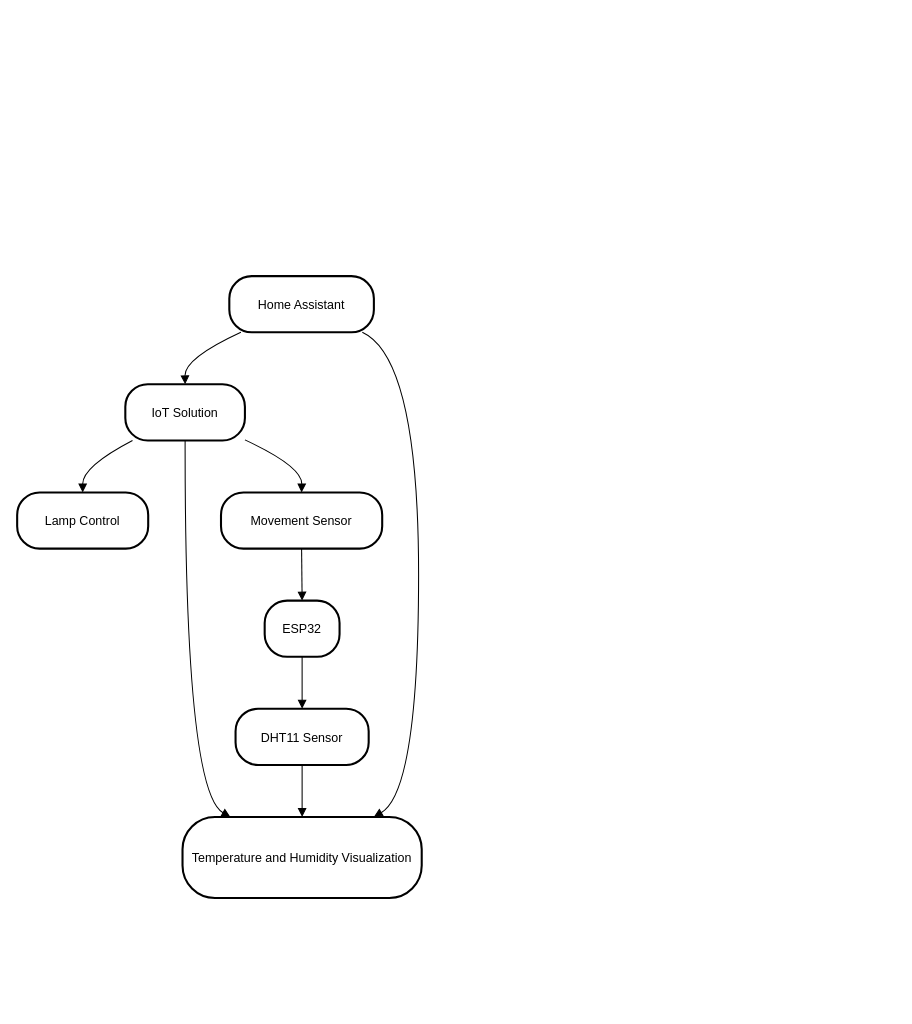
The draw.io diagram Untitled Diagram.drawio in aalexanderfc/Iot-solution-home-assistant, before the edit. Source tidied: cells renumbered, new cells numbered last; positions are measured from the earlier drawing's top-left corner, leaving out a move shared by most shapes. Both pictures are drawn from the tidied source at 104%, with x=0, y=0 at pixel (17, 276). Pictures stored in the file or linked from it are replaced by grey dashed boxes.
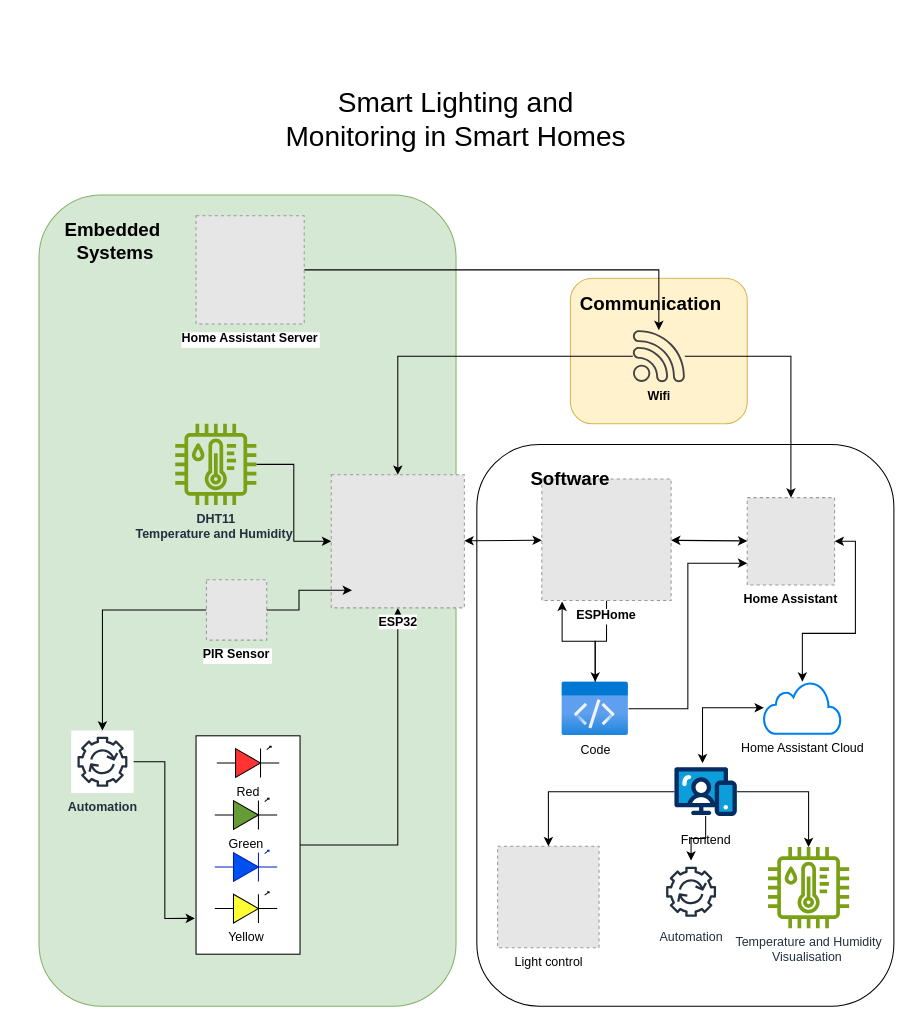
The same page after the edit.

The edit, as a diff of the source:
```diff
@@
+    <mxCell id="17" style="rounded=1;whiteSpace=wrap;html=1;fillColor=#fff2cc;strokeColor=#d6b656;" parent="1" vertex="1">
+      <mxGeometry x="532" y="2" width="170" height="140" as="geometry" />
+    </mxCell>
+    <mxCell id="18" style="rounded=1;whiteSpace=wrap;html=1;" parent="1" vertex="1">
+      <mxGeometry x="442" y="162" width="401" height="540" as="geometry" />
+    </mxCell>
+    <mxCell id="19" style="rounded=1;whiteSpace=wrap;html=1;fillColor=#d5e8d4;strokeColor=#82b366;" parent="1" vertex="1">
+      <mxGeometry x="21" y="-78" width="401" height="780" as="geometry" />
+    </mxCell>
+    <mxCell id="20" style="edgeStyle=orthogonalEdgeStyle;rounded=0;jettySize=auto;html=1;" parent="1" edge="1" source="21" target="7">
+      <mxGeometry relative="1" as="geometry" />
+    </mxCell>
+    <mxCell id="21" style="rounded=0;whiteSpace=wrap;html=1;" parent="1" vertex="1">
+      <mxGeometry x="172" y="442" width="100" height="210" as="geometry" />
+    </mxCell>
+    <mxCell id="22" style="edgeStyle=orthogonalEdgeStyle;rounded=0;jettySize=auto;html=1;" parent="1" edge="1" source="24" target="7">
+      <mxGeometry relative="1" as="geometry" />
+    </mxCell>
+    <mxCell id="23" style="edgeStyle=orthogonalEdgeStyle;rounded=0;jettySize=auto;html=1;" parent="1" edge="1" source="24" target="2">
+      <mxGeometry relative="1" as="geometry" />
+    </mxCell>
+    <mxCell id="24" value="&lt;b&gt;Wifi&lt;/b&gt;" style="sketch=0;shadow=0;dashed=0;html=1;strokeColor=none;fillColor=#434445;labelPosition=center;verticalLabelPosition=bottom;verticalAlign=top;align=center;outlineConnect=0;shape=mxgraph.vvd.wi_fi;" parent="1" vertex="1">
+      <mxGeometry x="592" y="52" width="50" height="50" as="geometry" />
+    </mxCell>
+    <mxCell id="7" value="&lt;b&gt;ESP32&lt;/b&gt;" style="fillColor=#E6E6E6;strokeColor=#999999;dashed=1;html=1;verticalAlign=top;verticalLabelPosition=bottom;labelBackgroundColor=#ffffff;" parent="1" vertex="1">
+      <mxGeometry x="302" y="191" width="128" height="128" as="geometry" />
+    </mxCell>
+    <mxCell id="25" style="edgeStyle=orthogonalEdgeStyle;rounded=0;jettySize=auto;html=1;" parent="1" edge="1" source="26" target="42">
+      <mxGeometry relative="1" as="geometry" />
+    </mxCell>
+    <mxCell id="26" value="ESPHome" style="fillColor=#E6E6E6;strokeColor=#999999;dashed=1;verticalLabelPosition=bottom;labelBackgroundColor=default;verticalAlign=top;fontStyle=1;" parent="1" vertex="1">
+      <mxGeometry x="504.5" y="195" width="124.3" height="117" as="geometry" />
+    </mxCell>
+    <mxCell id="27" style="edgeStyle=orthogonalEdgeStyle;rounded=0;jettySize=auto;html=1;" parent="1" edge="1" source="28" target="24">
+      <mxGeometry relative="1" as="geometry" />
+    </mxCell>
+    <mxCell id="28" value="Home Assistant Server&#10;" style="fillColor=#E6E6E6;strokeColor=#999999;dashed=1;verticalLabelPosition=bottom;labelBackgroundColor=default;verticalAlign=top;fontStyle=1;" parent="1" vertex="1">
+      <mxGeometry x="172" y="-58" width="104" height="104" as="geometry" />
+    </mxCell>
+    <mxCell id="29" value="Light control" style="fillColor=#E6E6E6;strokeColor=#999999;dashed=1;html=1;verticalAlign=top;verticalLabelPosition=bottom;labelBackgroundColor=#ffffff;" parent="1" vertex="1">
+      <mxGeometry x="462" y="548.2" width="97.5" height="97.5" as="geometry" />
+    </mxCell>
+    <mxCell id="30" style="edgeStyle=orthogonalEdgeStyle;rounded=0;jettySize=auto;html=1;" parent="1" edge="1" source="31" target="7">
+      <mxGeometry relative="1" as="geometry" />
+    </mxCell>
+    <mxCell id="31" value="&lt;div&gt;&lt;b&gt;DHT11&lt;/b&gt;&lt;/div&gt;&lt;b&gt;Temperature and Humidity&amp;nbsp;&lt;/b&gt;&lt;div&gt;&lt;br&gt;&lt;/div&gt;" style="sketch=0;outlineConnect=0;fontColor=#232F3E;gradientColor=none;fillColor=#7AA116;strokeColor=none;dashed=0;verticalLabelPosition=bottom;verticalAlign=top;align=center;html=1;fontSize=12;fontStyle=0;shape=mxgraph.aws4.iot_thing_temperature_humidity_sensor;" parent="1" vertex="1">
+      <mxGeometry x="152" y="142" width="78" height="78" as="geometry" />
+    </mxCell>
-    <mxCell id="2" value="Home Assistant" style="rounded=1;arcSize=40;strokeWidth=2;" parent="1" vertex="1">
-      <mxGeometry x="204" width="139" height="54" as="geometry" />
+    <mxCell id="2" value="Home Assistant" style="fillColor=#E6E6E6;strokeColor=#999999;dashed=1;verticalLabelPosition=bottom;labelBackgroundColor=default;verticalAlign=top;fontStyle=1;" parent="1" vertex="1">
+      <mxGeometry x="702" y="213" width="84" height="84" as="geometry" />
     </mxCell>
-    <mxCell id="3" value="IoT Solution" style="rounded=1;arcSize=40;strokeWidth=2;" parent="1" vertex="1">
-      <mxGeometry x="104" y="104" width="115" height="54" as="geometry" />
-    </mxCell>
-    <mxCell id="4" value="Lamp Control" style="rounded=1;arcSize=40;strokeWidth=2;" parent="1" vertex="1">
-      <mxGeometry y="208" width="126" height="54" as="geometry" />
-    </mxCell>
-    <mxCell id="5" value="Movement Sensor" style="rounded=1;arcSize=40;strokeWidth=2;" parent="1" vertex="1">
-      <mxGeometry x="196" y="208" width="155" height="54" as="geometry" />
-    </mxCell>
-    <mxCell id="6" value="Temperature and Humidity Visualization" style="rounded=1;arcSize=40;strokeWidth=2;" parent="1" vertex="1">
-      <mxGeometry x="159" y="520" width="230" height="78" as="geometry" />
-    </mxCell>
-    <mxCell id="7" value="ESP32" style="rounded=1;arcSize=40;strokeWidth=2;" parent="1" vertex="1">
-      <mxGeometry x="238" y="312" width="72" height="54" as="geometry" />
-    </mxCell>
-    <mxCell id="8" value="DHT11 Sensor" style="rounded=1;arcSize=40;strokeWidth=2;" parent="1" vertex="1">
-      <mxGeometry x="210" y="416" width="128" height="54" as="geometry" />
-    </mxCell>
-    <mxCell id="9" style="curved=1;startArrow=none;endArrow=block;exitX=0.08;exitY=1;entryX=0.5;entryY=0;" parent="1" edge="1" source="2" target="3">
-      <mxGeometry relative="1" as="geometry">
-        <Array as="points">
-          <mxPoint x="161" y="79" />
-        </Array>
-      </mxGeometry>
-    </mxCell>
-    <mxCell id="10" style="curved=1;startArrow=none;endArrow=block;exitX=0.06;exitY=1;entryX=0.5;entryY=0;" parent="1" edge="1" source="3" target="4">
-      <mxGeometry relative="1" as="geometry">
-        <Array as="points">
-          <mxPoint x="63" y="183" />
-        </Array>
-      </mxGeometry>
-    </mxCell>
-    <mxCell id="11" style="curved=1;startArrow=none;endArrow=block;exitX=1;exitY=0.99;entryX=0.5;entryY=0;" parent="1" edge="1" source="3" target="5">
-      <mxGeometry relative="1" as="geometry">
-        <Array as="points">
-          <mxPoint x="274" y="183" />
-        </Array>
-      </mxGeometry>
-    </mxCell>
-    <mxCell id="12" style="curved=1;startArrow=none;endArrow=block;exitX=0.5;exitY=1;entryX=0.2;entryY=0;" parent="1" edge="1" source="3" target="6">
-      <mxGeometry relative="1" as="geometry">
-        <Array as="points">
-          <mxPoint x="161" y="495" />
-        </Array>
-      </mxGeometry>
-    </mxCell>
-    <mxCell id="13" style="curved=1;startArrow=none;endArrow=block;exitX=0.5;exitY=1;entryX=0.5;entryY=0;" parent="1" edge="1" source="5" target="7">
-      <mxGeometry relative="1" as="geometry" />
-    </mxCell>
-    <mxCell id="14" style="curved=1;startArrow=none;endArrow=block;exitX=0.5;exitY=1;entryX=0.5;entryY=0;" parent="1" edge="1" source="7" target="8">
-      <mxGeometry relative="1" as="geometry" />
-    </mxCell>
-    <mxCell id="15" style="curved=1;startArrow=none;endArrow=block;exitX=0.5;exitY=1;entryX=0.5;entryY=0;" parent="1" edge="1" source="8" target="6">
-      <mxGeometry relative="1" as="geometry" />
-    </mxCell>
-    <mxCell id="16" style="curved=1;startArrow=none;endArrow=block;exitX=0.92;exitY=1;entryX=0.8;entryY=0;" parent="1" edge="1" source="2" target="6">
-      <mxGeometry relative="1" as="geometry">
-        <Array as="points">
-          <mxPoint x="386" y="79" />
-          <mxPoint x="386" y="495" />
-        </Array>
-      </mxGeometry>
-    </mxCell>
+    <mxCell id="32" value="&lt;div&gt;Temperature and Humidity&lt;/div&gt;&lt;div&gt;Visualisation&amp;nbsp;&lt;br&gt;&lt;/div&gt;&lt;div&gt;&lt;br&gt;&lt;/div&gt;" style="sketch=0;outlineConnect=0;fontColor=#232F3E;gradientColor=none;fillColor=#7AA116;strokeColor=none;dashed=0;verticalLabelPosition=bottom;verticalAlign=top;align=center;html=1;fontSize=12;fontStyle=0;shape=mxgraph.aws4.iot_thing_temperature_humidity_sensor;" parent="1" vertex="1">
+      <mxGeometry x="722" y="549" width="78" height="78" as="geometry" />
+    </mxCell>
+    <mxCell id="33" style="edgeStyle=orthogonalEdgeStyle;rounded=0;jettySize=auto;html=1;" parent="1" edge="1" source="34" target="52">
+      <mxGeometry relative="1" as="geometry" />
+    </mxCell>
+    <mxCell id="34" value="PIR Sensor" style="fillColor=#E6E6E6;strokeColor=#999999;dashed=1;verticalLabelPosition=bottom;labelBackgroundColor=default;verticalAlign=top;fontStyle=1;" parent="1" vertex="1">
+      <mxGeometry x="182" y="292" width="58" height="58" as="geometry" />
+    </mxCell>
+    <mxCell id="35" value="Red" style="verticalLabelPosition=bottom;shadow=0;dashed=0;align=center;html=1;verticalAlign=top;shape=mxgraph.electrical.opto_electronics.led_1;fillColor=#FF3333;" parent="1" vertex="1">
+      <mxGeometry x="192" y="452" width="60" height="30" as="geometry" />
+    </mxCell>
+    <mxCell id="36" value="Green" style="verticalLabelPosition=bottom;shadow=0;dashed=0;align=center;html=1;verticalAlign=top;shape=mxgraph.electrical.opto_electronics.led_1;fillColor=light-dark(#669c35, #ededed);" parent="1" vertex="1">
+      <mxGeometry x="190" y="502" width="60" height="30" as="geometry" />
+    </mxCell>
+    <mxCell id="37" value="Blue" style="verticalLabelPosition=bottom;shadow=0;dashed=0;align=center;html=1;verticalAlign=top;shape=mxgraph.electrical.opto_electronics.led_1;fillColor=#0050ef;fontColor=#ffffff;strokeColor=#001DBC;" parent="1" vertex="1">
+      <mxGeometry x="190" y="552" width="60" height="30" as="geometry" />
+    </mxCell>
+    <mxCell id="38" value="Yellow" style="verticalLabelPosition=bottom;shadow=0;dashed=0;align=center;html=1;verticalAlign=top;shape=mxgraph.electrical.opto_electronics.led_1;fillColor=#FFFF33;" parent="1" vertex="1">
+      <mxGeometry x="190" y="592" width="60" height="30" as="geometry" />
+    </mxCell>
+    <mxCell id="39" style="endArrow=classic;startArrow=classic;html=1;rounded=0;" parent="1" edge="1" source="7" target="26">
+      <mxGeometry relative="1" as="geometry" />
+    </mxCell>
+    <mxCell id="40" style="endArrow=classic;startArrow=classic;html=1;rounded=0;" parent="1" edge="1" source="26" target="2">
+      <mxGeometry relative="1" as="geometry" />
+    </mxCell>
+    <mxCell id="41" style="edgeStyle=orthogonalEdgeStyle;rounded=0;jettySize=auto;html=1;entryX=0;entryY=0.75;entryDx=0;entryDy=0;" parent="1" edge="1" source="42" target="2">
+      <mxGeometry relative="1" as="geometry" />
+    </mxCell>
+    <mxCell id="42" value="Code" style="image;html=1;points=[];align=center;fontSize=12;image=img/lib/azure2/general/Code.svg;" parent="1" vertex="1">
+      <mxGeometry x="523.8" y="390" width="64" height="52" as="geometry" />
+    </mxCell>
+    <mxCell id="43" style="edgeStyle=orthogonalEdgeStyle;rounded=0;jettySize=auto;html=1;entryX=0.157;entryY=1.008;entryDx=0;entryDy=0;entryPerimeter=0;" parent="1" edge="1" source="42" target="26">
+      <mxGeometry relative="1" as="geometry" />
+    </mxCell>
+    <mxCell id="44" style="edgeStyle=orthogonalEdgeStyle;rounded=0;jettySize=auto;html=1;" parent="1" edge="1" source="47" target="29">
+      <mxGeometry relative="1" as="geometry" />
+    </mxCell>
+    <mxCell id="45" style="edgeStyle=orthogonalEdgeStyle;rounded=0;jettySize=auto;html=1;" parent="1" edge="1" source="47" target="51">
+      <mxGeometry relative="1" as="geometry" />
+    </mxCell>
+    <mxCell id="46" style="edgeStyle=orthogonalEdgeStyle;rounded=0;jettySize=auto;html=1;" parent="1" edge="1" source="47" target="32">
+      <mxGeometry relative="1" as="geometry" />
+    </mxCell>
+    <mxCell id="47" value="Frontend" style="verticalLabelPosition=bottom;html=1;shape=mxgraph.salesforce.web;" parent="1" vertex="1">
+      <mxGeometry x="632" y="472" width="60" height="47.4" as="geometry" />
+    </mxCell>
+    <mxCell id="48" style="edgeStyle=orthogonalEdgeStyle;rounded=0;jettySize=auto;html=1;entryX=1;entryY=0.5;entryDx=0;entryDy=0;startArrow=classic;startFill=1;" parent="1" edge="1" source="49" target="2">
+      <mxGeometry relative="1" as="geometry" />
+    </mxCell>
+    <mxCell id="49" value="Home Assistant Cloud" style="html=1;verticalLabelPosition=bottom;align=center;labelBackgroundColor=#ffffff;verticalAlign=top;strokeWidth=2;strokeColor=#0080F0;shadow=0;dashed=0;shape=mxgraph.ios7.icons.cloud;" parent="1" vertex="1">
+      <mxGeometry x="718" y="390" width="74" height="50" as="geometry" />
+    </mxCell>
+    <mxCell id="50" style="edgeStyle=orthogonalEdgeStyle;rounded=0;jettySize=auto;html=1;entryX=0.45;entryY=-0.08;entryDx=0;entryDy=0;entryPerimeter=0;endArrow=classic;endFill=1;startArrow=classic;startFill=1;" parent="1" edge="1" source="49" target="47">
+      <mxGeometry relative="1" as="geometry" />
+    </mxCell>
+    <mxCell id="51" value="Automation" style="sketch=0;outlineConnect=0;fontColor=#232F3E;gradientColor=none;strokeColor=#232F3E;fillColor=#ffffff;dashed=0;verticalLabelPosition=bottom;verticalAlign=top;align=center;html=1;fontSize=12;fontStyle=0;shape=mxgraph.aws4.resourceIcon;resIcon=mxgraph.aws4.automation;" parent="1" vertex="1">
+      <mxGeometry x="618" y="562" width="60" height="60" as="geometry" />
+    </mxCell>
+    <mxCell id="52" value="&lt;b&gt;Automation&lt;/b&gt;" style="sketch=0;outlineConnect=0;fontColor=#232F3E;gradientColor=none;strokeColor=#232F3E;fillColor=#ffffff;dashed=0;verticalLabelPosition=bottom;verticalAlign=top;align=center;html=1;fontSize=12;fontStyle=0;shape=mxgraph.aws4.resourceIcon;resIcon=mxgraph.aws4.automation;" parent="1" vertex="1">
+      <mxGeometry x="52" y="437" width="60" height="60" as="geometry" />
+    </mxCell>
+    <mxCell id="53" style="edgeStyle=orthogonalEdgeStyle;rounded=0;jettySize=auto;html=1;entryX=-0.01;entryY=0.836;entryDx=0;entryDy=0;entryPerimeter=0;" parent="1" edge="1" source="52" target="21">
+      <mxGeometry relative="1" as="geometry" />
+    </mxCell>
+    <mxCell id="54" value="Embedded &amp;nbsp;Systems" style="text;html=1;align=center;verticalAlign=middle;whiteSpace=wrap;rounded=0;fontSize=18;fontStyle=1;" parent="1" vertex="1">
+      <mxGeometry x="52" y="-58" width="80" height="50" as="geometry" />
+    </mxCell>
+    <mxCell id="55" style="edgeStyle=orthogonalEdgeStyle;rounded=0;jettySize=auto;html=1;entryX=0.156;entryY=0.867;entryDx=0;entryDy=0;entryPerimeter=0;" parent="1" edge="1" source="34" target="7">
+      <mxGeometry relative="1" as="geometry" />
+    </mxCell>
+    <mxCell id="56" value="Software" style="text;html=1;align=center;verticalAlign=middle;whiteSpace=wrap;rounded=0;fontSize=18;fontStyle=1;" parent="1" vertex="1">
+      <mxGeometry x="492" y="170" width="80" height="50" as="geometry" />
+    </mxCell>
+    <mxCell id="57" value="Communication&amp;nbsp;" style="text;html=1;align=center;verticalAlign=middle;whiteSpace=wrap;rounded=0;fontSize=18;fontStyle=1;" parent="1" vertex="1">
+      <mxGeometry x="572" y="2" width="80" height="50" as="geometry" />
+    </mxCell>
+    <mxCell id="58" value="&lt;div&gt;&lt;br&gt;&lt;/div&gt;&lt;div&gt;&lt;br&gt;&lt;/div&gt;&lt;div&gt;Smart Lighting and Monitoring in Smart Homes&lt;/div&gt;" style="text;html=1;align=center;verticalAlign=middle;whiteSpace=wrap;rounded=0;fontSize=27;" parent="1" vertex="1">
+      <mxGeometry x="252" y="-198" width="340" height="30" as="geometry" />
+    </mxCell>
```
